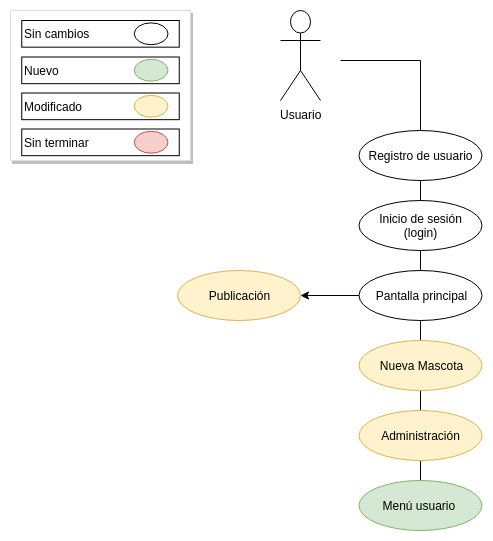
This is assets/Diagrama - casos de uso - E2.png from alejandrorossi/H4P-central, a draw.io export, as it was before one commit. Source tidied: cells renumbered, new cells last; positions are measured from the earlier drawing's top-left corner, leaving out a move shared by most shapes. Source of this version:
```xml
<mxGraphModel>
  <root>
    <mxCell id="0" />
    <mxCell id="1" parent="0" />
    <mxCell id="2" value="Usuario" style="shape=umlActor;verticalLabelPosition=bottom;labelBackgroundColor=#ffffff;verticalAlign=top;html=1;" parent="1" vertex="1">
      <mxGeometry x="270" width="40" height="90" as="geometry" />
    </mxCell>
    <mxCell id="3" style="edgeStyle=none;rounded=0;jettySize=auto;html=1;exitX=0.5;exitY=1;exitDx=0;exitDy=0;entryX=0.5;entryY=0;entryDx=0;entryDy=0;endArrow=none;endFill=0;fontColor=#CCCCCC;" parent="1" edge="1" source="4" target="9">
      <mxGeometry relative="1" as="geometry" />
    </mxCell>
    <mxCell id="4" value="Inicio de sesión&lt;br&gt;(login)" style="ellipse;whiteSpace=wrap;html=1;" parent="1" vertex="1">
      <mxGeometry x="348.5" y="190" width="123" height="50" as="geometry" />
    </mxCell>
    <mxCell id="5" style="edgeStyle=none;rounded=0;jettySize=auto;html=1;exitX=0.5;exitY=1;exitDx=0;exitDy=0;entryX=0.5;entryY=0;entryDx=0;entryDy=0;endArrow=none;endFill=0;" parent="1" edge="1" source="6" target="4">
      <mxGeometry relative="1" as="geometry" />
    </mxCell>
    <mxCell id="6" value="Registro de usuario" style="ellipse;whiteSpace=wrap;html=1;" parent="1" vertex="1">
      <mxGeometry x="348.5" y="120" width="123" height="50" as="geometry" />
    </mxCell>
    <mxCell id="7" style="edgeStyle=none;rounded=0;jettySize=auto;html=1;exitX=0.5;exitY=1;exitDx=0;exitDy=0;entryX=0.5;entryY=0;entryDx=0;entryDy=0;endArrow=none;endFill=0;" parent="1" edge="1" source="9" target="11">
      <mxGeometry relative="1" as="geometry" />
    </mxCell>
    <mxCell id="8" style="edgeStyle=none;rounded=0;jettySize=auto;html=1;exitX=0;exitY=0.5;exitDx=0;exitDy=0;endArrow=classic;endFill=1;entryX=1;entryY=0.5;entryDx=0;entryDy=0;" parent="1" edge="1" source="9" target="16">
      <mxGeometry relative="1" as="geometry" />
    </mxCell>
    <mxCell id="9" value="Pantalla principal" style="ellipse;whiteSpace=wrap;html=1;" parent="1" vertex="1">
      <mxGeometry x="348.5" y="260" width="123" height="50" as="geometry" />
    </mxCell>
    <mxCell id="10" style="edgeStyle=none;rounded=0;jettySize=auto;html=1;exitX=0.5;exitY=1;exitDx=0;exitDy=0;entryX=0.5;entryY=0;entryDx=0;entryDy=0;endArrow=none;endFill=0;" parent="1" edge="1" source="11" target="13">
      <mxGeometry relative="1" as="geometry" />
    </mxCell>
    <mxCell id="11" value="Nueva Mascota" style="ellipse;whiteSpace=wrap;html=1;fillColor=#fff2cc;strokeColor=#d6b656;" parent="1" vertex="1">
      <mxGeometry x="348.5" y="330" width="123" height="50" as="geometry" />
    </mxCell>
    <mxCell id="12" style="edgeStyle=none;rounded=0;jettySize=auto;html=1;exitX=0.5;exitY=1;exitDx=0;exitDy=0;entryX=0.5;entryY=0;entryDx=0;entryDy=0;endArrow=none;endFill=0;fontColor=#CCCCCC;" parent="1" edge="1" source="13" target="26">
      <mxGeometry relative="1" as="geometry" />
    </mxCell>
    <mxCell id="13" value="Administración" style="ellipse;whiteSpace=wrap;html=1;fillColor=#fff2cc;strokeColor=#d6b656;" parent="1" vertex="1">
      <mxGeometry x="348.5" y="400" width="123" height="50" as="geometry" />
    </mxCell>
    <mxCell id="14" style="endArrow=none;html=1;exitX=0.5;exitY=0;exitDx=0;exitDy=0;" parent="1" edge="1" source="6">
      <mxGeometry relative="1" as="geometry">
        <mxPoint x="410" y="50" as="targetPoint" />
      </mxGeometry>
    </mxCell>
    <mxCell id="15" style="endArrow=none;html=1;" parent="1" edge="1">
      <mxGeometry relative="1" as="geometry">
        <mxPoint x="330" y="50" as="sourcePoint" />
        <mxPoint x="410" y="50" as="targetPoint" />
      </mxGeometry>
    </mxCell>
    <mxCell id="16" value="Publicación" style="ellipse;whiteSpace=wrap;html=1;fillColor=#fff2cc;strokeColor=#d6b656;" parent="1" vertex="1">
      <mxGeometry x="167" y="260" width="123" height="50" as="geometry" />
    </mxCell>
    <mxCell id="17" style="html=1;shadow=0;dashed=0;shape=mxgraph.bootstrap.rect;fillColor=#ffffff;strokeColor=#dddddd;shadow=1;" parent="1" vertex="1">
      <mxGeometry width="180" height="150" as="geometry" />
    </mxCell>
    <mxCell id="18" value="Sin cambios" style="text;html=1;strokeColor=#000000;fillColor=none;align=left;verticalAlign=middle;whiteSpace=wrap;rounded=0;" parent="1" vertex="1">
      <mxGeometry x="11.2" y="10" width="157.5" height="26.7" as="geometry" />
    </mxCell>
    <mxCell id="19" style="ellipse;whiteSpace=wrap;html=1;align=left;" parent="1" vertex="1">
      <mxGeometry x="123.8" y="12.4" width="33.8" height="21.8" as="geometry" />
    </mxCell>
    <mxCell id="20" value="Sin terminar" style="text;html=1;strokeColor=#000000;fillColor=none;align=left;verticalAlign=middle;whiteSpace=wrap;rounded=0;" parent="1" vertex="1">
      <mxGeometry x="11.2" y="118.5" width="157.5" height="26.7" as="geometry" />
    </mxCell>
    <mxCell id="21" style="ellipse;whiteSpace=wrap;html=1;strokeColor=#b85450;align=left;fillColor=#f8cecc;" parent="1" vertex="1">
      <mxGeometry x="123.8" y="120.9" width="33.8" height="21.8" as="geometry" />
    </mxCell>
    <mxCell id="22" value="Modificado" style="text;html=1;strokeColor=#000000;fillColor=none;align=left;verticalAlign=middle;whiteSpace=wrap;rounded=0;" parent="1" vertex="1">
      <mxGeometry x="11.2" y="82.5" width="157.5" height="26.7" as="geometry" />
    </mxCell>
    <mxCell id="23" style="ellipse;whiteSpace=wrap;html=1;strokeColor=#d6b656;align=left;fillColor=#fff2cc;" parent="1" vertex="1">
      <mxGeometry x="123.8" y="84.9" width="33.8" height="21.8" as="geometry" />
    </mxCell>
    <mxCell id="24" value="Nuevo" style="text;html=1;strokeColor=#000000;fillColor=none;align=left;verticalAlign=middle;whiteSpace=wrap;rounded=0;" parent="1" vertex="1">
      <mxGeometry x="11.2" y="46.5" width="157.5" height="26.7" as="geometry" />
    </mxCell>
    <mxCell id="25" style="ellipse;whiteSpace=wrap;html=1;strokeColor=#82b366;align=left;fillColor=#d5e8d4;" parent="1" vertex="1">
      <mxGeometry x="123.8" y="48.9" width="33.8" height="21.8" as="geometry" />
    </mxCell>
    <mxCell id="26" value="Menú usuario&amp;nbsp;" style="ellipse;whiteSpace=wrap;html=1;fillColor=#d5e8d4;strokeColor=#82b366;" parent="1" vertex="1">
      <mxGeometry x="348.5" y="470" width="123" height="50" as="geometry" />
    </mxCell>
  </root>
</mxGraphModel>
```
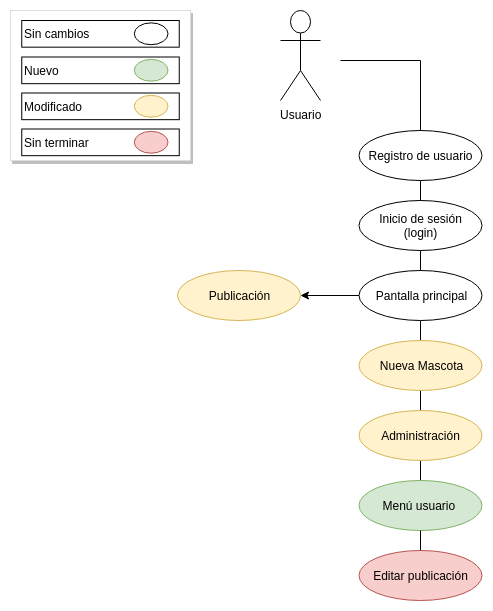
The same diagram one commit later.

Commit message:
Diagrama E2 modificado

What changed in the source:
```diff
@@ -82,5 +82,13 @@
     <mxCell id="26" value="Menú usuario&amp;nbsp;" style="ellipse;whiteSpace=wrap;html=1;fillColor=#d5e8d4;strokeColor=#82b366;" parent="1" vertex="1">
       <mxGeometry x="348.5" y="470" width="123" height="50" as="geometry" />
     </mxCell>
+    <mxCell id="27" style="edgeStyle=none;rounded=0;jettySize=auto;html=1;exitX=0.5;exitY=1;exitDx=0;exitDy=0;entryX=0.5;entryY=0;entryDx=0;entryDy=0;endArrow=none;endFill=0;fontColor=#CCCCCC;" parent="1" edge="1" target="28">
+      <mxGeometry relative="1" as="geometry">
+        <mxPoint x="410" y="520" as="sourcePoint" />
+      </mxGeometry>
+    </mxCell>
+    <mxCell id="28" value="Editar publicación" style="ellipse;whiteSpace=wrap;html=1;fillColor=#f8cecc;strokeColor=#b85450;" parent="1" vertex="1">
+      <mxGeometry x="348.5" y="540" width="123" height="50" as="geometry" />
+    </mxCell>
   </root>
 </mxGraphModel>
```
